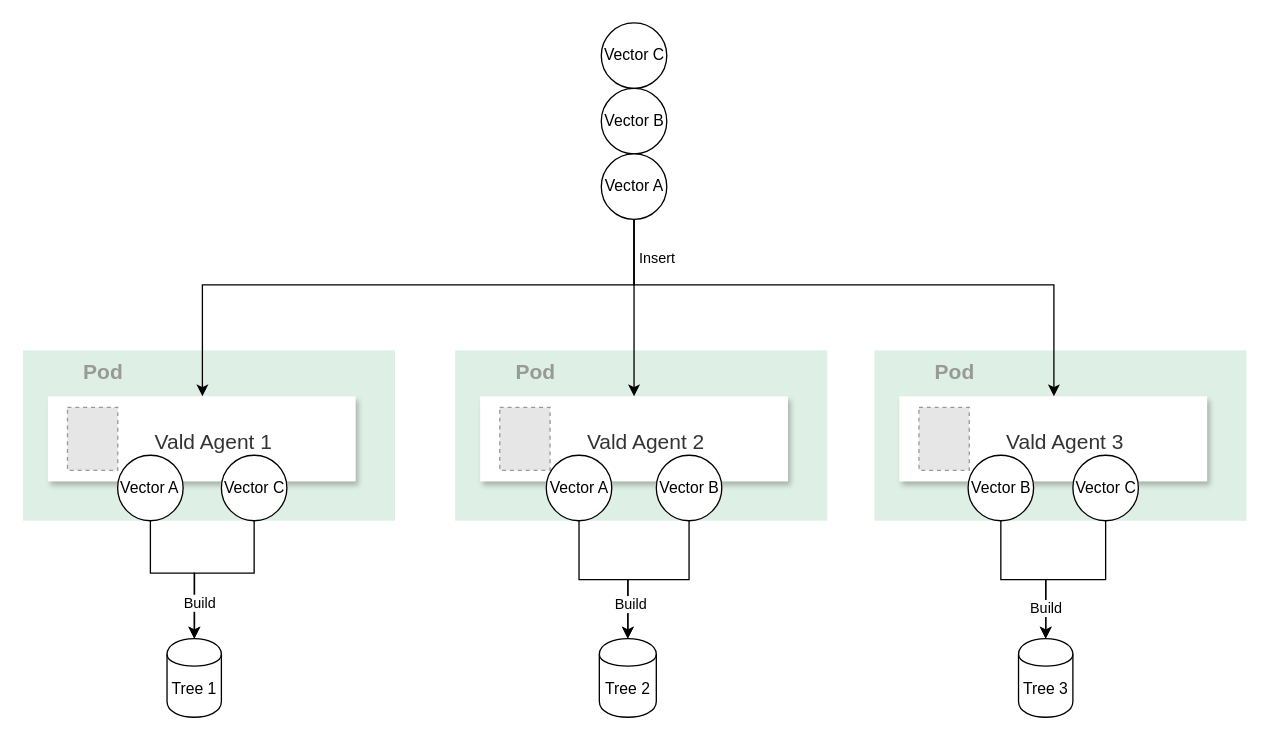
The draw.io diagram assets/doc/vector_data_space_explain.drawio in vdaas/vald, before the edit. Source tidied: cells renumbered, new cells numbered last; positions are measured from the earlier drawing's top-left corner, leaving out a move shared by most shapes. Both pictures are drawn from the tidied source at 131%, with x=0, y=0 at pixel (22, 22). Pictures stored in the file or linked from it are replaced by grey dashed boxes.
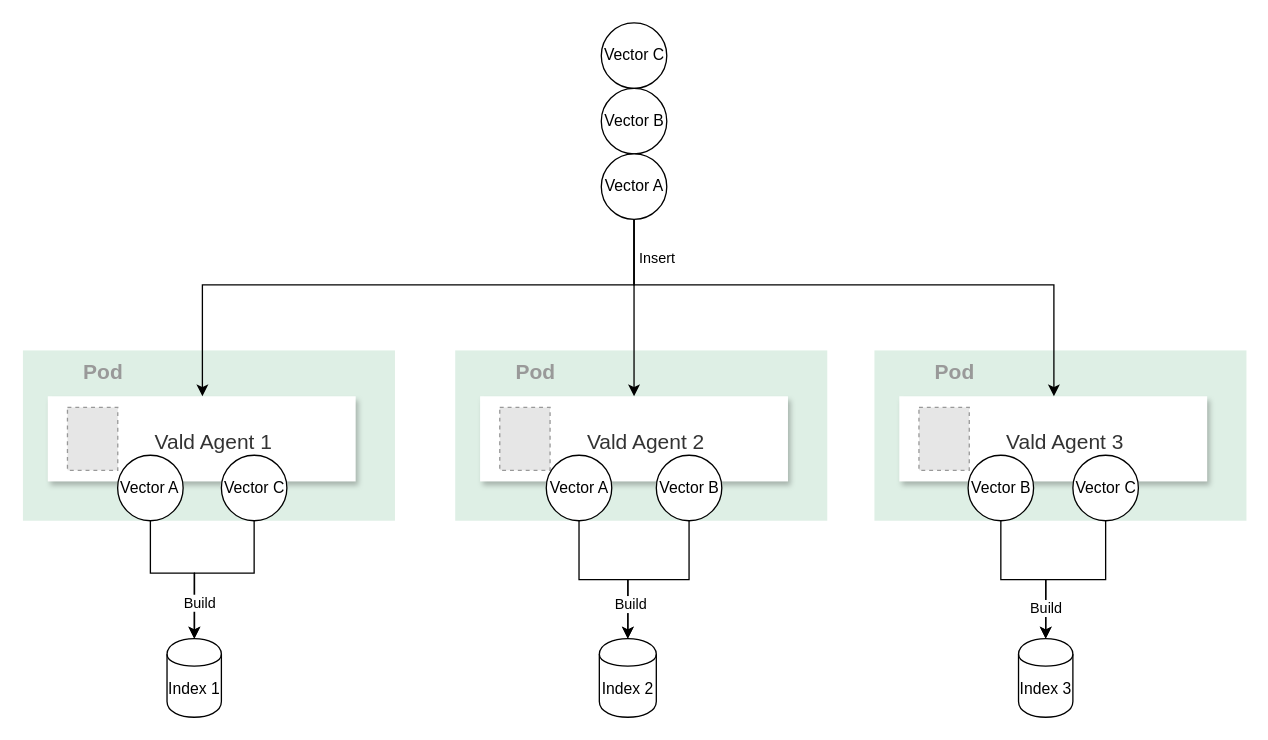
The same page after the edit.

Commit message (it also covers changes not shown here):
update vector data space diagram( Tree -> Index

What changed in the source:
```diff
@@
-    <mxCell id="14" value="Tree 1" style="shape=cylinder;whiteSpace=wrap;html=1;boundedLbl=1;backgroundOutline=1;" parent="1" vertex="1">
+    <mxCell id="14" value="Index 1" style="shape=cylinder;whiteSpace=wrap;html=1;boundedLbl=1;backgroundOutline=1;" parent="1" vertex="1">
       <mxGeometry x="110" y="470" width="41.5" height="60" as="geometry" />
     </mxCell>
-    <mxCell id="15" value="Tree 2" style="shape=cylinder;whiteSpace=wrap;html=1;boundedLbl=1;backgroundOutline=1;" parent="1" vertex="1">
+    <mxCell id="15" value="Index 2" style="shape=cylinder;whiteSpace=wrap;html=1;boundedLbl=1;backgroundOutline=1;" parent="1" vertex="1">
       <mxGeometry x="440" y="470" width="43.5" height="60" as="geometry" />
     </mxCell>
-    <mxCell id="16" value="Tree 3" style="shape=cylinder;whiteSpace=wrap;html=1;boundedLbl=1;backgroundOutline=1;" parent="1" vertex="1">
+    <mxCell id="16" value="Index 3" style="shape=cylinder;whiteSpace=wrap;html=1;boundedLbl=1;backgroundOutline=1;" parent="1" vertex="1">
       <mxGeometry x="760" y="470" width="41.5" height="60" as="geometry" />
     </mxCell>
```
